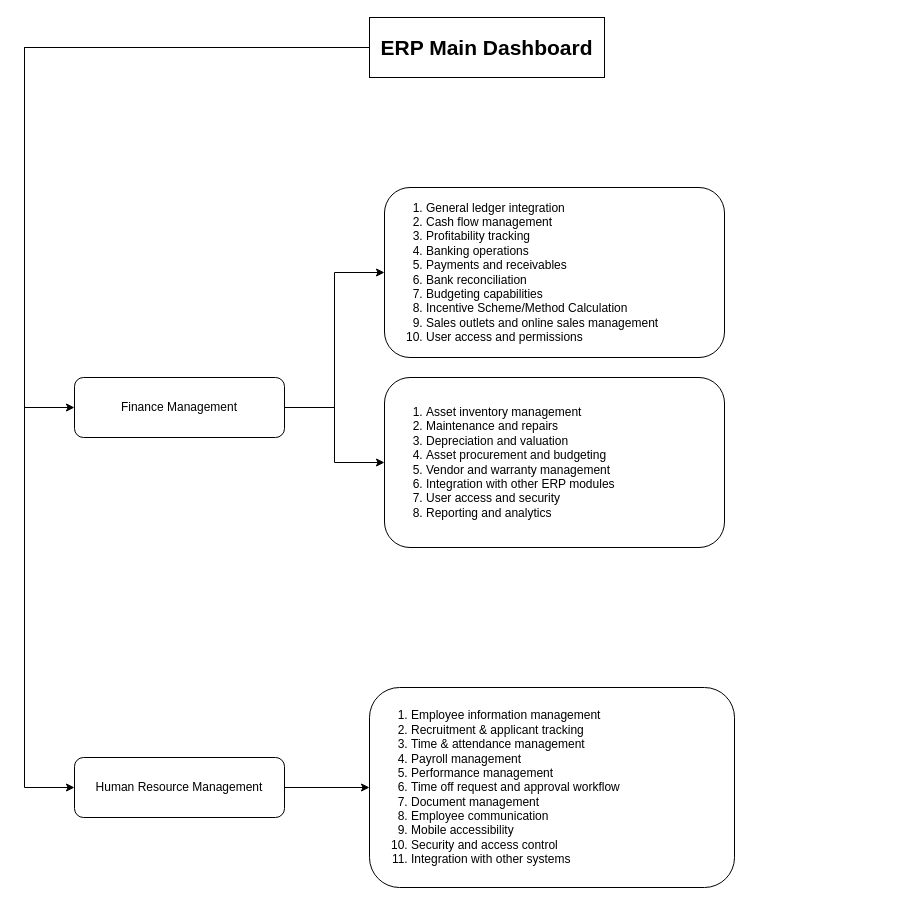
Earlier version of the draw.io diagram erp.drawio (Thameera08/ERP_Project). Source tidied: cells renumbered, new cells numbered last; positions are measured from the earlier drawing's top-left corner, leaving out a move shared by most shapes. Both pictures are drawn from the tidied source at 100%, with x=0, y=0 at pixel (24, 17).
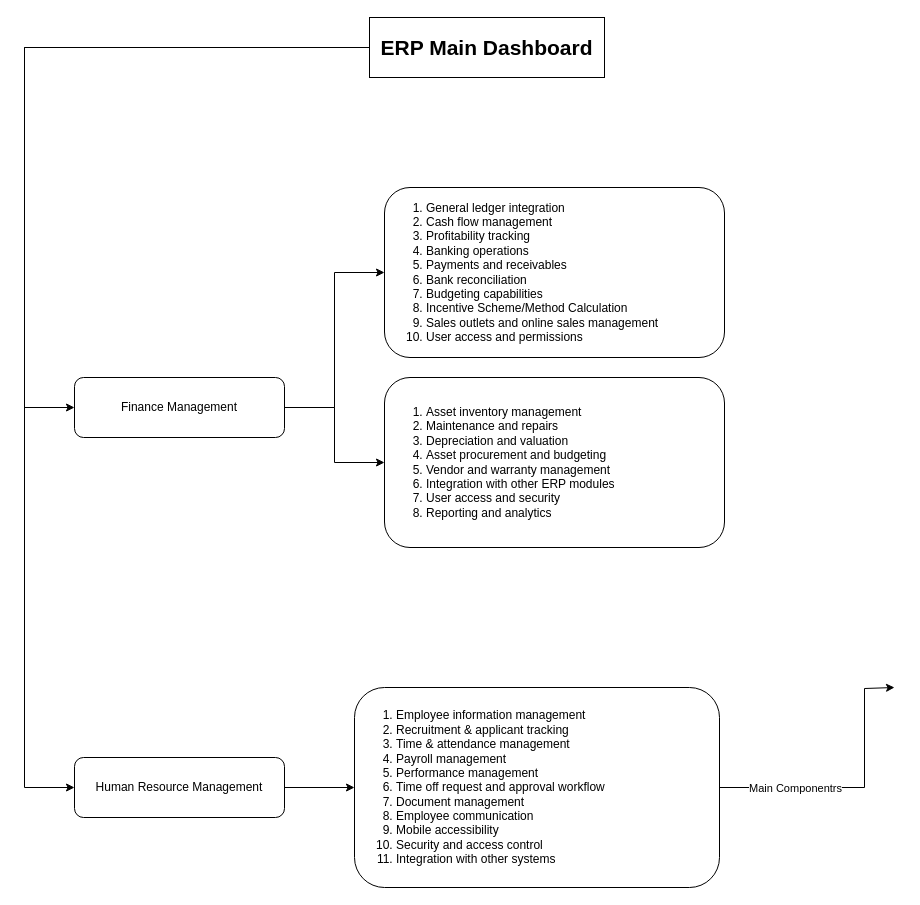
After the change.

The edit, as a diff of the source:
```diff
@@
+    <mxCell id="13" style="edgeStyle=orthogonalEdgeStyle;rounded=0;jettySize=auto;html=1;" parent="1" edge="1" source="12">
+      <mxGeometry relative="1" as="geometry">
+        <mxPoint x="870" y="670" as="targetPoint" />
+        <Array as="points">
+          <mxPoint x="840" y="770" />
+          <mxPoint x="840" y="671" />
+        </Array>
+      </mxGeometry>
+    </mxCell>
+    <mxCell id="14" value="Main Componentrs" style="edgeLabel;html=1;align=center;verticalAlign=middle;" parent="13" vertex="1">
+      <mxGeometry x="-0.69" relative="1" as="geometry">
+        <mxPoint x="33" as="offset" />
+      </mxGeometry>
+    </mxCell>
     <mxCell id="12" value="&lt;div&gt;&lt;ol&gt;&lt;li&gt;Employee information management&lt;/li&gt;&lt;li&gt;Recruitment &amp;amp; applicant tracking&lt;/li&gt;&lt;li&gt;Time &amp;amp; attendance management&lt;/li&gt;&lt;li&gt;Payroll management&lt;/li&gt;&lt;li&gt;Performance management&lt;/li&gt;&lt;li&gt;Time off request and approval workflow&lt;/li&gt;&lt;li&gt;Document management&lt;/li&gt;&lt;li&gt;Employee communication&lt;/li&gt;&lt;li&gt;Mobile accessibility&lt;/li&gt;&lt;li&gt;Security and access control&lt;/li&gt;&lt;li&gt;Integration with other systems&lt;/li&gt;&lt;/ol&gt;&lt;/div&gt;" style="whiteSpace=wrap;html=1;rounded=1;align=left;" parent="1" vertex="1">
-      <mxGeometry x="345" y="670" width="365" height="200" as="geometry" />
+      <mxGeometry x="330" y="670" width="365" height="200" as="geometry" />
     </mxCell>
```
